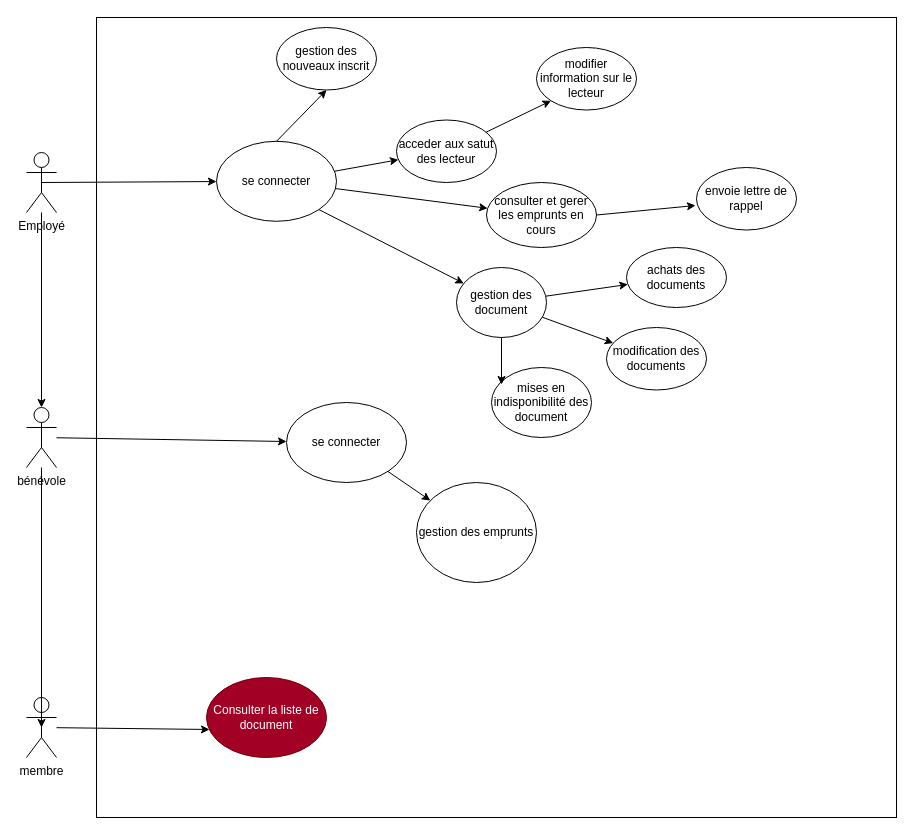
The draw.io diagram page "cas utilisation" (1 of 4) of CDA - 20228/AUTRES/ULM/library.drawio in Noe-Kisungu/Projet-Jarditou, before the edit. Source tidied: cells renumbered, new cells numbered last; positions are measured from the earlier drawing's top-left corner, leaving out a move shared by most shapes. Both pictures are drawn from the tidied source at 100%, with x=0, y=0 at pixel (26, 17).
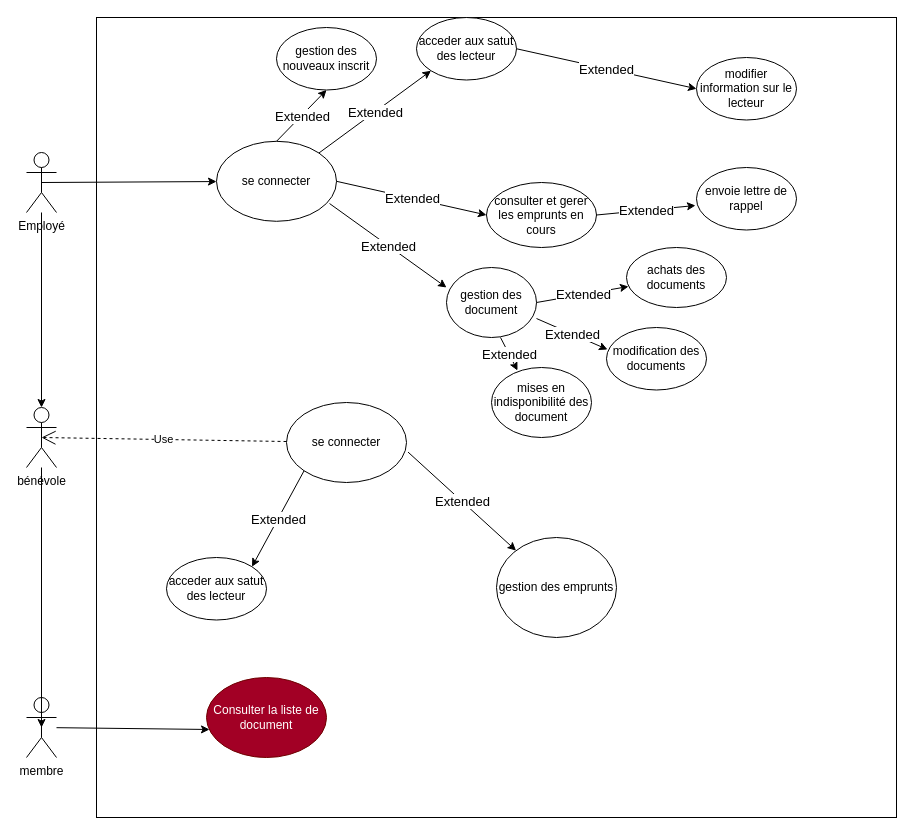
Above is the later version.

Unchanged cells that the change refers to:
```xml
<mxCell id="4" value="bénévole" style="shape=umlActor;verticalLabelPosition=bottom;verticalAlign=top;html=1;outlineConnect=0;" parent="1" vertex="1">
  <mxGeometry y="390" width="30" height="60" as="geometry" />
</mxCell>
<mxCell id="9" value="se connecter" style="ellipse;whiteSpace=wrap;html=1;" parent="1" vertex="1">
  <mxGeometry x="260" y="385" width="120" height="80" as="geometry" />
</mxCell>
<mxCell id="15" value="achats des documents" style="ellipse;whiteSpace=wrap;html=1;" parent="1" vertex="1">
  <mxGeometry x="600" y="230" width="100" height="60" as="geometry" />
</mxCell>
<mxCell id="16" value="modification des documents" style="ellipse;whiteSpace=wrap;html=1;" parent="1" vertex="1">
  <mxGeometry x="580" y="310" width="100" height="62.5" as="geometry" />
</mxCell>
<mxCell id="17" value="mises en indisponibilité des document" style="ellipse;whiteSpace=wrap;html=1;" parent="1" vertex="1">
  <mxGeometry x="465" y="350" width="100" height="70" as="geometry" />
</mxCell>
<mxCell id="18" value="envoie lettre de rappel" style="ellipse;whiteSpace=wrap;html=1;" parent="1" vertex="1">
  <mxGeometry x="670" y="150" width="100" height="62.5" as="geometry" />
</mxCell>
<mxCell id="19" value="consulter et gerer les emprunts en cours" style="ellipse;whiteSpace=wrap;html=1;" parent="1" vertex="1">
  <mxGeometry x="460" y="165" width="110" height="65" as="geometry" />
</mxCell>
<mxCell id="26" value="se connecter" style="ellipse;whiteSpace=wrap;html=1;" parent="1" vertex="1">
  <mxGeometry x="190" y="123.8" width="120" height="80" as="geometry" />
</mxCell>
```

Diff of the diagram source:
```diff
@@
-    <mxCell id="7" style="endArrow=classic;html=1;" parent="1" edge="1" source="4" target="9">
-      <mxGeometry relative="1" as="geometry" />
-    </mxCell>
@@
     <mxCell id="11" value="gestion des emprunts" style="ellipse;whiteSpace=wrap;html=1;" parent="1" vertex="1">
-      <mxGeometry x="390" y="465" width="120" height="100" as="geometry" />
+      <mxGeometry x="470" y="520" width="120" height="100" as="geometry" />
     </mxCell>
-    <mxCell id="12" style="endArrow=classic;html=1;" parent="1" edge="1" source="9" target="11">
-      <mxGeometry relative="1" as="geometry" />
-    </mxCell>
@@
     <mxCell id="14" value="gestion des document" style="ellipse;whiteSpace=wrap;html=1;" parent="1" vertex="1">
-      <mxGeometry x="430" y="250" width="90" height="70" as="geometry" />
+      <mxGeometry x="420" y="250" width="90" height="70" as="geometry" />
     </mxCell>
@@
     <mxCell id="20" value="acceder aux satut des lecteur" style="ellipse;whiteSpace=wrap;html=1;" parent="1" vertex="1">
-      <mxGeometry x="370" y="102.5" width="100" height="62.5" as="geometry" />
+      <mxGeometry x="390" width="100" height="62.5" as="geometry" />
     </mxCell>
     <mxCell id="21" value="modifier information sur le lecteur" style="ellipse;whiteSpace=wrap;html=1;" parent="1" vertex="1">
-      <mxGeometry x="510" y="30" width="100" height="62.5" as="geometry" />
+      <mxGeometry x="670" y="40" width="100" height="62.5" as="geometry" />
     </mxCell>
-    <mxCell id="22" style="endArrow=classic;html=1;exitX=1;exitY=1;exitDx=0;exitDy=0;" parent="1" edge="1" source="26" target="14">
-      <mxGeometry relative="1" as="geometry" />
-    </mxCell>
-    <mxCell id="23" style="endArrow=classic;html=1;" parent="1" edge="1" source="14" target="15">
-      <mxGeometry relative="1" as="geometry" />
-    </mxCell>
-    <mxCell id="24" style="endArrow=classic;html=1;" parent="1" edge="1" source="14" target="16">
-      <mxGeometry relative="1" as="geometry" />
-    </mxCell>
-    <mxCell id="25" style="endArrow=classic;html=1;entryX=0.1;entryY=0.243;entryDx=0;entryDy=0;entryPerimeter=0;" parent="1" edge="1" source="14" target="17">
-      <mxGeometry relative="1" as="geometry" />
-    </mxCell>
@@
+    <mxCell id="29" value="gestion des nouveaux inscrit" style="ellipse;whiteSpace=wrap;html=1;" parent="1" vertex="1">
+      <mxGeometry x="250" y="10" width="100" height="62.5" as="geometry" />
+    </mxCell>
+    <mxCell id="34" value="acceder aux satut des lecteur" style="ellipse;whiteSpace=wrap;html=1;" parent="1" vertex="1">
+      <mxGeometry x="140" y="540" width="100" height="62.5" as="geometry" />
+    </mxCell>
+    <mxCell id="12" style="endArrow=classic;html=1;exitX=1.013;exitY=0.62;exitDx=0;exitDy=0;exitPerimeter=0;" parent="1" edge="1" source="9" target="11">
+      <mxGeometry relative="1" as="geometry" />
+    </mxCell>
+    <mxCell id="35" value="&lt;span style=&quot;color: rgb(0 , 0 , 0) ; font-family: &amp;#34;helvetica&amp;#34; ; font-style: normal ; font-weight: 400 ; letter-spacing: normal ; text-align: center ; text-indent: 0px ; text-transform: none ; word-spacing: 0px ; background-color: rgb(255 , 255 , 255) ; display: inline ; float: none&quot;&gt;&lt;font style=&quot;font-size: 13px&quot;&gt;Extended&lt;/font&gt;&lt;/span&gt;" style="edgeLabel;html=1;align=center;verticalAlign=middle;" parent="12" vertex="1">
+      <mxGeometry relative="1" as="geometry" />
+    </mxCell>
+    <mxCell id="36" style="endArrow=classic;html=1;exitX=0;exitY=1;exitDx=0;exitDy=0;entryX=1;entryY=0;entryDx=0;entryDy=0;" parent="1" edge="1" source="9" target="34">
+      <mxGeometry relative="1" as="geometry" />
+    </mxCell>
+    <mxCell id="37" value="&lt;font style=&quot;font-size: 13px&quot;&gt;Extended&lt;/font&gt;" style="edgeLabel;html=1;align=center;verticalAlign=middle;" parent="36" vertex="1">
+      <mxGeometry relative="1" as="geometry" />
+    </mxCell>
+    <mxCell id="33" style="endArrow=classic;html=1;exitX=0.5;exitY=0;exitDx=0;exitDy=0;entryX=0.5;entryY=1;entryDx=0;entryDy=0;" parent="1" edge="1" source="26" target="29">
+      <mxGeometry relative="1" as="geometry" />
+    </mxCell>
+    <mxCell id="38" value="&lt;span style=&quot;color: rgb(0 , 0 , 0) ; font-family: &amp;#34;helvetica&amp;#34; ; font-style: normal ; font-weight: 400 ; letter-spacing: normal ; text-align: center ; text-indent: 0px ; text-transform: none ; word-spacing: 0px ; background-color: rgb(255 , 255 , 255) ; display: inline ; float: none&quot;&gt;&lt;font style=&quot;font-size: 13px&quot;&gt;Extended&lt;/font&gt;&lt;/span&gt;" style="edgeLabel;html=1;align=center;verticalAlign=middle;" parent="33" vertex="1">
+      <mxGeometry relative="1" as="geometry" />
+    </mxCell>
+    <mxCell id="30" style="endArrow=classic;html=1;exitX=1;exitY=0;exitDx=0;exitDy=0;entryX=0;entryY=1;entryDx=0;entryDy=0;" parent="1" edge="1" source="26" target="20">
+      <mxGeometry relative="1" as="geometry" />
+    </mxCell>
+    <mxCell id="39" value="&lt;span style=&quot;color: rgb(0 , 0 , 0) ; font-family: &amp;#34;helvetica&amp;#34; ; font-style: normal ; font-weight: 400 ; letter-spacing: normal ; text-align: center ; text-indent: 0px ; text-transform: none ; word-spacing: 0px ; background-color: rgb(255 , 255 , 255) ; display: inline ; float: none&quot;&gt;&lt;font style=&quot;font-size: 13px&quot;&gt;Extended&lt;/font&gt;&lt;/span&gt;" style="edgeLabel;html=1;align=center;verticalAlign=middle;" parent="30" vertex="1">
+      <mxGeometry relative="1" as="geometry" />
+    </mxCell>
-    <mxCell id="28" style="endArrow=classic;html=1;" parent="1" edge="1" source="26" target="19">
+    <mxCell id="28" style="endArrow=classic;html=1;exitX=1;exitY=0.5;exitDx=0;exitDy=0;entryX=0;entryY=0.5;entryDx=0;entryDy=0;" parent="1" edge="1" source="26" target="19">
       <mxGeometry relative="1" as="geometry" />
     </mxCell>
-    <mxCell id="29" value="gestion des nouveaux inscrit" style="ellipse;whiteSpace=wrap;html=1;" parent="1" vertex="1">
-      <mxGeometry x="250" y="10" width="100" height="62.5" as="geometry" />
-    </mxCell>
-    <mxCell id="30" style="endArrow=classic;html=1;" parent="1" edge="1" source="26" target="20">
-      <mxGeometry relative="1" as="geometry" />
-    </mxCell>
+    <mxCell id="40" value="&lt;span style=&quot;color: rgb(0 , 0 , 0) ; font-family: &amp;#34;helvetica&amp;#34; ; font-style: normal ; font-weight: 400 ; letter-spacing: normal ; text-align: center ; text-indent: 0px ; text-transform: none ; word-spacing: 0px ; background-color: rgb(255 , 255 , 255) ; display: inline ; float: none&quot;&gt;&lt;font style=&quot;font-size: 13px&quot;&gt;Extended&lt;/font&gt;&lt;/span&gt;" style="edgeLabel;html=1;align=center;verticalAlign=middle;" parent="28" vertex="1">
+      <mxGeometry relative="1" as="geometry" />
+    </mxCell>
+    <mxCell id="22" style="endArrow=classic;html=1;exitX=0.942;exitY=0.778;exitDx=0;exitDy=0;exitPerimeter=0;entryX=0;entryY=0.286;entryDx=0;entryDy=0;entryPerimeter=0;" parent="1" edge="1" source="26" target="14">
+      <mxGeometry relative="1" as="geometry" />
+    </mxCell>
+    <mxCell id="41" value="&lt;span style=&quot;color: rgb(0 , 0 , 0) ; font-family: &amp;#34;helvetica&amp;#34; ; font-style: normal ; font-weight: 400 ; letter-spacing: normal ; text-align: center ; text-indent: 0px ; text-transform: none ; word-spacing: 0px ; background-color: rgb(255 , 255 , 255) ; display: inline ; float: none&quot;&gt;&lt;font style=&quot;font-size: 13px&quot;&gt;Extended&lt;/font&gt;&lt;/span&gt;" style="edgeLabel;html=1;align=center;verticalAlign=middle;" parent="22" vertex="1">
+      <mxGeometry relative="1" as="geometry" />
+    </mxCell>
+    <mxCell id="42" value="Use" style="endArrow=open;endSize=12;dashed=1;html=1;entryX=0.5;entryY=0.5;entryDx=0;entryDy=0;entryPerimeter=0;" parent="1" edge="1" source="9" target="4">
+      <mxGeometry relative="1" as="geometry" />
+    </mxCell>
+    <mxCell id="25" style="endArrow=classic;html=1;exitX=0.6;exitY=1;exitDx=0;exitDy=0;exitPerimeter=0;entryX=0.26;entryY=0.043;entryDx=0;entryDy=0;entryPerimeter=0;" parent="1" edge="1" source="14" target="17">
+      <mxGeometry relative="1" as="geometry" />
+    </mxCell>
+    <mxCell id="43" value="&lt;span style=&quot;color: rgb(0 , 0 , 0) ; font-family: &amp;#34;helvetica&amp;#34; ; font-style: normal ; font-weight: 400 ; letter-spacing: normal ; text-align: center ; text-indent: 0px ; text-transform: none ; word-spacing: 0px ; background-color: rgb(255 , 255 , 255) ; display: inline ; float: none&quot;&gt;&lt;font style=&quot;font-size: 13px&quot;&gt;Extended&lt;/font&gt;&lt;/span&gt;" style="edgeLabel;html=1;align=center;verticalAlign=middle;" parent="25" vertex="1">
+      <mxGeometry relative="1" as="geometry" />
+    </mxCell>
+    <mxCell id="24" style="endArrow=classic;html=1;exitX=1;exitY=0.729;exitDx=0;exitDy=0;exitPerimeter=0;entryX=0.01;entryY=0.352;entryDx=0;entryDy=0;entryPerimeter=0;" parent="1" edge="1" source="14" target="16">
+      <mxGeometry relative="1" as="geometry" />
+    </mxCell>
+    <mxCell id="44" value="&lt;span style=&quot;color: rgb(0 , 0 , 0) ; font-family: &amp;#34;helvetica&amp;#34; ; font-style: normal ; font-weight: 400 ; letter-spacing: normal ; text-align: center ; text-indent: 0px ; text-transform: none ; word-spacing: 0px ; background-color: rgb(255 , 255 , 255) ; display: inline ; float: none&quot;&gt;&lt;font style=&quot;font-size: 13px&quot;&gt;Extended&lt;/font&gt;&lt;/span&gt;" style="edgeLabel;html=1;align=center;verticalAlign=middle;" parent="24" vertex="1">
+      <mxGeometry relative="1" as="geometry" />
+    </mxCell>
+    <mxCell id="23" style="endArrow=classic;html=1;exitX=1;exitY=0.5;exitDx=0;exitDy=0;entryX=0.02;entryY=0.65;entryDx=0;entryDy=0;entryPerimeter=0;" parent="1" edge="1" source="14" target="15">
+      <mxGeometry relative="1" as="geometry" />
+    </mxCell>
+    <mxCell id="45" value="&lt;span style=&quot;color: rgb(0 , 0 , 0) ; font-family: &amp;#34;helvetica&amp;#34; ; font-style: normal ; font-weight: 400 ; letter-spacing: normal ; text-align: center ; text-indent: 0px ; text-transform: none ; word-spacing: 0px ; background-color: rgb(255 , 255 , 255) ; display: inline ; float: none&quot;&gt;&lt;font style=&quot;font-size: 13px&quot;&gt;Extended&lt;/font&gt;&lt;/span&gt;" style="edgeLabel;html=1;align=center;verticalAlign=middle;" parent="23" vertex="1">
+      <mxGeometry relative="1" as="geometry" />
+    </mxCell>
-    <mxCell id="31" style="endArrow=classic;html=1;entryX=-0.01;entryY=0.608;entryDx=0;entryDy=0;entryPerimeter=0;exitX=1;exitY=0.5;exitDx=0;exitDy=0;" parent="1" edge="1" source="19" target="18">
+    <mxCell id="31" style="endArrow=classic;html=1;exitX=1;exitY=0.5;exitDx=0;exitDy=0;entryX=-0.01;entryY=0.608;entryDx=0;entryDy=0;entryPerimeter=0;" parent="1" edge="1" source="19" target="18">
       <mxGeometry relative="1" as="geometry" />
     </mxCell>
+    <mxCell id="46" value="&lt;span style=&quot;color: rgb(0 , 0 , 0) ; font-family: &amp;#34;helvetica&amp;#34; ; font-style: normal ; font-weight: 400 ; letter-spacing: normal ; text-align: center ; text-indent: 0px ; text-transform: none ; word-spacing: 0px ; background-color: rgb(255 , 255 , 255) ; display: inline ; float: none&quot;&gt;&lt;font style=&quot;font-size: 13px&quot;&gt;Extended&lt;/font&gt;&lt;/span&gt;" style="edgeLabel;html=1;align=center;verticalAlign=middle;" parent="31" vertex="1">
+      <mxGeometry relative="1" as="geometry" />
+    </mxCell>
-    <mxCell id="32" style="endArrow=classic;html=1;entryX=0;entryY=1;entryDx=0;entryDy=0;" parent="1" edge="1" source="20" target="21">
+    <mxCell id="32" style="endArrow=classic;html=1;exitX=1;exitY=0.5;exitDx=0;exitDy=0;entryX=0;entryY=0.5;entryDx=0;entryDy=0;" parent="1" edge="1" source="20" target="21">
       <mxGeometry relative="1" as="geometry" />
     </mxCell>
-    <mxCell id="33" style="endArrow=classic;html=1;exitX=0.5;exitY=0;exitDx=0;exitDy=0;entryX=0.5;entryY=1;entryDx=0;entryDy=0;" parent="1" edge="1" source="26" target="29">
-      <mxGeometry relative="1" as="geometry" />
-    </mxCell>
+    <mxCell id="47" value="&lt;span style=&quot;color: rgb(0 , 0 , 0) ; font-family: &amp;#34;helvetica&amp;#34; ; font-style: normal ; font-weight: 400 ; letter-spacing: normal ; text-align: center ; text-indent: 0px ; text-transform: none ; word-spacing: 0px ; background-color: rgb(255 , 255 , 255) ; display: inline ; float: none&quot;&gt;&lt;font style=&quot;font-size: 13px&quot;&gt;Extended&lt;/font&gt;&lt;/span&gt;" style="edgeLabel;html=1;align=center;verticalAlign=middle;" parent="32" vertex="1">
+      <mxGeometry relative="1" as="geometry" />
+    </mxCell>
```
